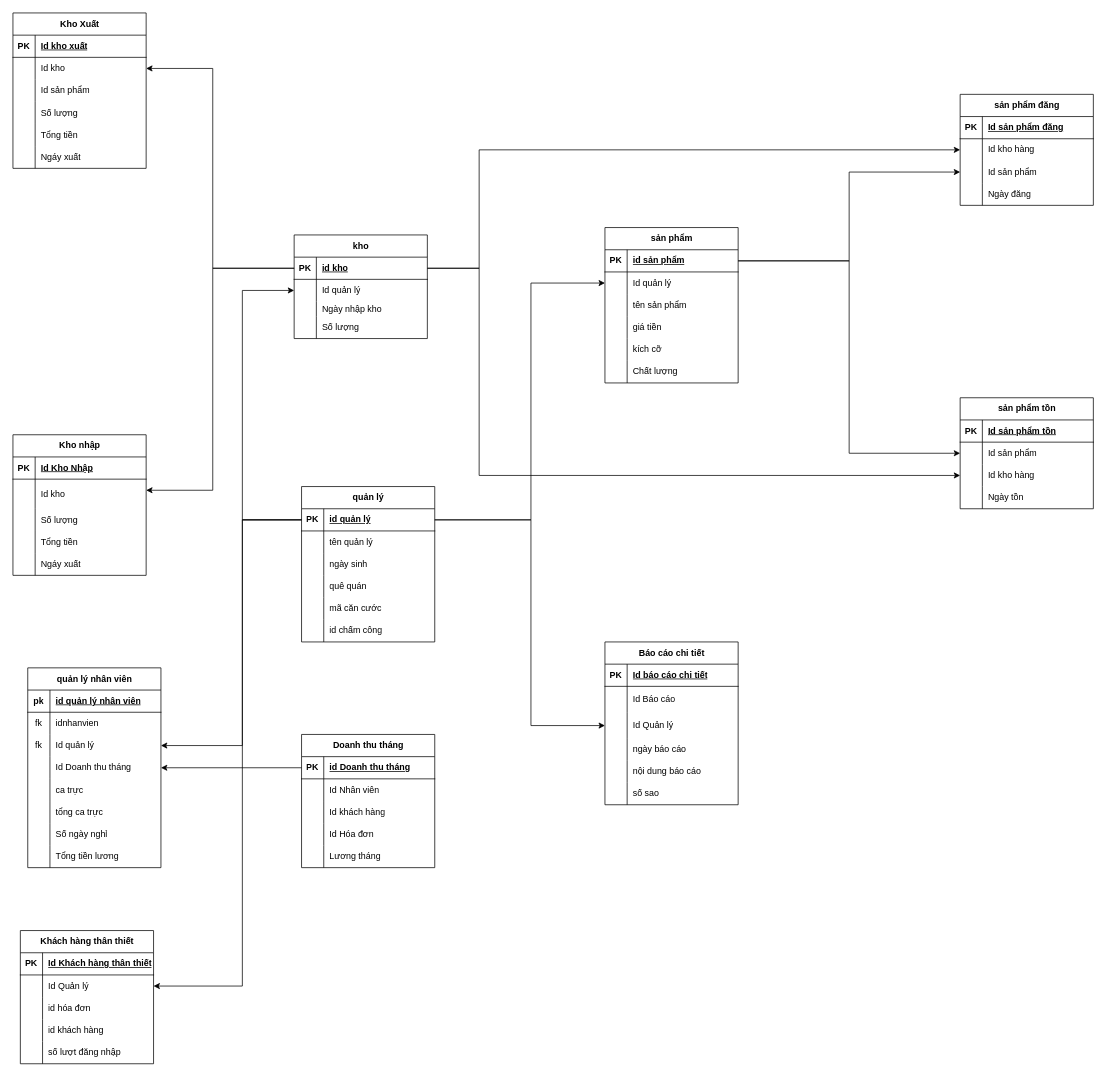
Above: page "Admin" (5 of 7) of DuAnNhom.drawio in khai520/DuAnNhom (draw.io), before the change. Source tidied: cells renumbered, new cells numbered last; positions are measured from the earlier drawing's top-left corner, leaving out a move shared by most shapes. Both pictures are drawn from the tidied source at 74%, with x=0, y=0 at pixel (13, 13).
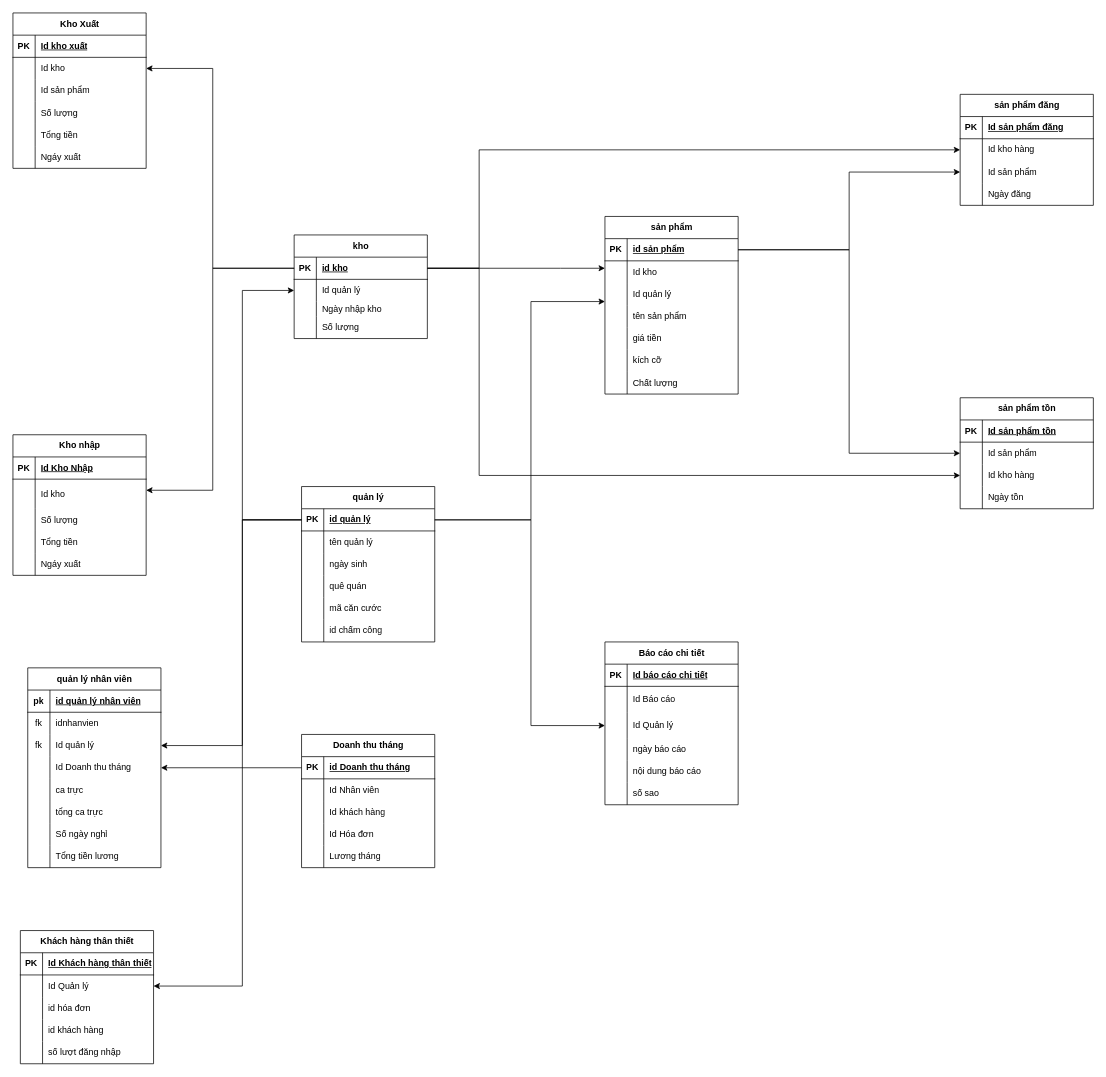
After the change.

Unchanged cells that the change refers to:
```xml
<mxCell id="28" style="shape=tableRow;horizontal=0;startSize=0;swimlaneHead=0;swimlaneBody=0;fillColor=none;points=[[0,0.5],[1,0.5]];portConstraint=eastwest;top=0;left=0;right=0;bottom=1;" parent="27" vertex="1">
  <mxGeometry y="30" width="180" height="30" as="geometry" />
</mxCell>
<mxCell id="41" style="shape=tableRow;horizontal=0;startSize=0;swimlaneHead=0;swimlaneBody=0;fillColor=none;points=[[0,0.5],[1,0.5]];portConstraint=eastwest;top=0;left=0;right=0;bottom=1;" parent="40" vertex="1">
  <mxGeometry y="30" width="180" height="30" as="geometry" />
</mxCell>
```

Diff of the diagram source:
```diff
@@
     <mxCell id="78" value="sản phẩm" style="shape=table;startSize=30;childLayout=tableLayout;rowLines=0;fontStyle=1;align=center;html=1;" parent="1" vertex="1">
-      <mxGeometry x="800" y="290" width="180" height="210" as="geometry" />
+      <mxGeometry x="800" y="275" width="180" height="240" as="geometry" />
     </mxCell>
@@
+    <mxCell id="202" style="shape=tableRow;horizontal=0;startSize=0;swimlaneHead=0;swimlaneBody=0;fillColor=none;points=[[0,0.5],[1,0.5]];portConstraint=eastwest;top=0;left=0;right=0;bottom=0;" parent="78" vertex="1">
+      <mxGeometry y="60" width="180" height="30" as="geometry" />
+    </mxCell>
+    <mxCell id="203" style="shape=partialRectangle;fillColor=none;top=0;left=0;bottom=0;right=0;overflow=hidden;whiteSpace=wrap;html=1;" parent="202" vertex="1">
+      <mxGeometry width="30" height="30" as="geometry" />
+    </mxCell>
+    <mxCell id="204" value="Id kho" style="shape=partialRectangle;fillColor=none;top=0;left=0;bottom=0;right=0;align=left;spacingLeft=6;overflow=hidden;whiteSpace=wrap;html=1;" parent="202" vertex="1">
+      <mxGeometry x="30" width="150" height="30" as="geometry" />
+    </mxCell>
     <mxCell id="82" style="shape=tableRow;horizontal=0;startSize=0;swimlaneHead=0;swimlaneBody=0;fillColor=none;points=[[0,0.5],[1,0.5]];portConstraint=eastwest;top=0;left=0;right=0;bottom=0;" parent="78" vertex="1">
-      <mxGeometry y="60" width="180" height="30" as="geometry" />
+      <mxGeometry y="90" width="180" height="30" as="geometry" />
     </mxCell>
@@
     <mxCell id="85" style="shape=tableRow;horizontal=0;startSize=0;swimlaneHead=0;swimlaneBody=0;fillColor=none;top=0;left=0;right=0;bottom=0;" parent="78" vertex="1">
-      <mxGeometry y="90" width="180" height="30" as="geometry" />
+      <mxGeometry y="120" width="180" height="30" as="geometry" />
     </mxCell>
@@
     <mxCell id="88" style="shape=tableRow;horizontal=0;startSize=0;swimlaneHead=0;swimlaneBody=0;fillColor=none;top=0;left=0;right=0;bottom=0;" parent="78" vertex="1">
-      <mxGeometry y="120" width="180" height="30" as="geometry" />
+      <mxGeometry y="150" width="180" height="30" as="geometry" />
     </mxCell>
@@
     <mxCell id="91" style="shape=tableRow;horizontal=0;startSize=0;swimlaneHead=0;swimlaneBody=0;fillColor=none;top=0;left=0;right=0;bottom=0;" parent="78" vertex="1">
-      <mxGeometry y="150" width="180" height="30" as="geometry" />
+      <mxGeometry y="180" width="180" height="30" as="geometry" />
     </mxCell>
@@
     <mxCell id="94" style="shape=tableRow;horizontal=0;startSize=0;swimlaneHead=0;swimlaneBody=0;fillColor=none;top=0;left=0;right=0;bottom=0;" parent="78" vertex="1">
-      <mxGeometry y="180" width="180" height="30" as="geometry" />
+      <mxGeometry y="210" width="180" height="30" as="geometry" />
     </mxCell>
@@
     <mxCell id="125" style="edgeStyle=orthogonalEdgeStyle;rounded=0;jettySize=auto;html=1;" parent="1" edge="1" source="41" target="82">
       <mxGeometry relative="1" as="geometry">
         <Array as="points">
           <mxPoint x="700" y="685" />
-          <mxPoint x="700" y="365" />
+          <mxPoint x="700" y="390" />
         </Array>
       </mxGeometry>
     </mxCell>
@@
+    <mxCell id="205" style="edgeStyle=orthogonalEdgeStyle;rounded=0;jettySize=auto;html=1;" parent="1" edge="1" source="28" target="202">
+      <mxGeometry relative="1" as="geometry">
+        <Array as="points">
+          <mxPoint x="740" y="345" />
+          <mxPoint x="740" y="345" />
+        </Array>
+      </mxGeometry>
+    </mxCell>
```
